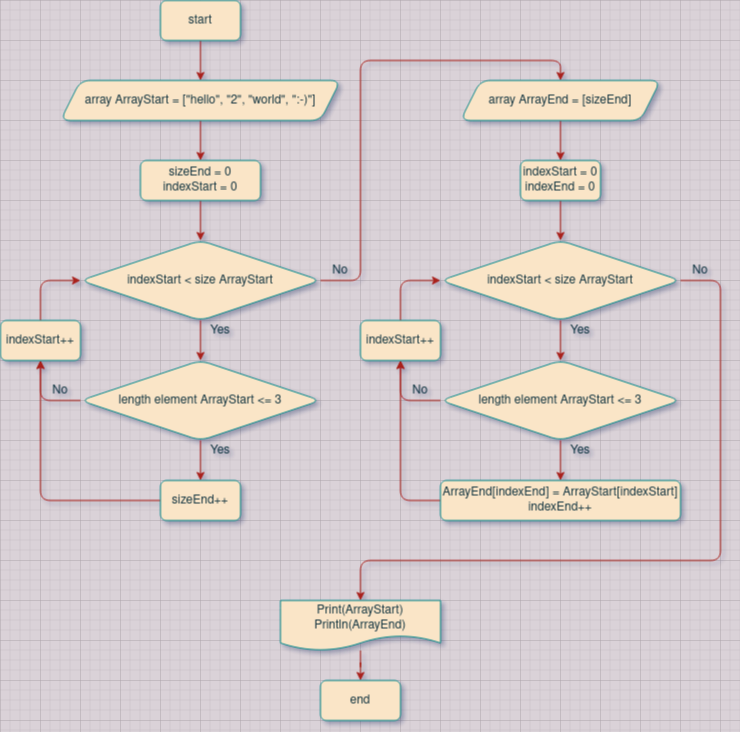
Before: task001_choiceel-t_less_3_symb/pic/test_find_el-t_string_array.drawio.png, a diagram exported from draw.io (r-oleg-official/test_result_choice_specialist). Source tidied: cells renumbered, new cells last; positions are measured from the earlier drawing's top-left corner, leaving out a move shared by most shapes.
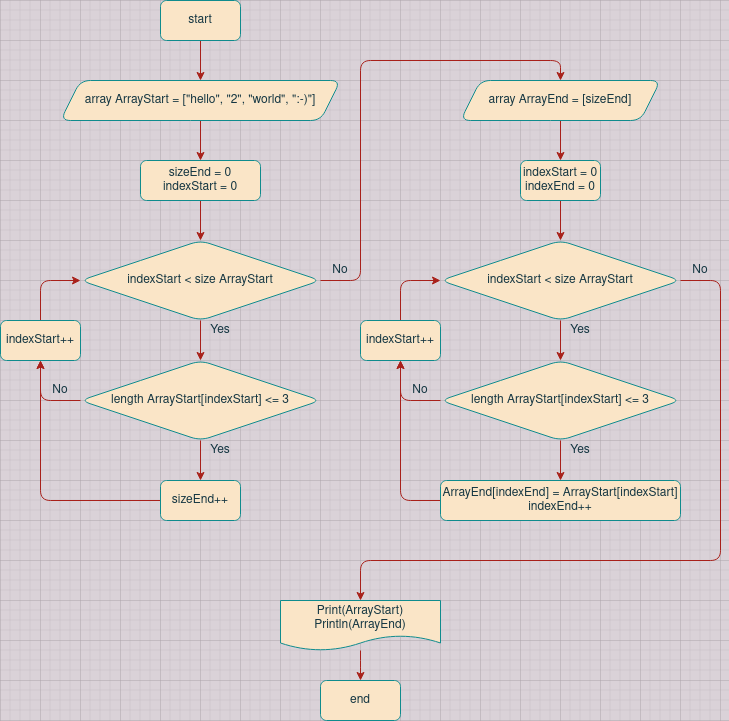
After the commit.

Commit message:
Edit "task001_choiceel-t_less_3_symb/pic/test_find_el-t_string_array.drawio.png".

What changed in the source:
```diff
@@ -48,7 +48,7 @@
         </Array>
       </mxGeometry>
     </mxCell>
-    <mxCell id="14" value="length element ArrayStart &amp;lt;= 3" style="rhombus;whiteSpace=wrap;html=1;rounded=1;fillColor=#FAE5C7;strokeColor=#0F8B8D;fontColor=#143642;" parent="1" vertex="1">
+    <mxCell id="14" value="length ArrayStart[indexStart] &amp;lt;= 3" style="rhombus;whiteSpace=wrap;html=1;rounded=1;fillColor=#FAE5C7;strokeColor=#0F8B8D;fontColor=#143642;" parent="1" vertex="1">
       <mxGeometry x="80" y="360" width="240" height="80" as="geometry" />
     </mxCell>
     <mxCell id="15" style="edgeStyle=orthogonalEdgeStyle;jettySize=auto;html=1;entryX=0.5;entryY=1;entryDx=0;entryDy=0;labelBackgroundColor=#DAD2D8;strokeColor=#A8201A;fontColor=#143642;" parent="1" edge="1" source="16" target="40">
@@ -106,7 +106,7 @@
         </Array>
       </mxGeometry>
     </mxCell>
-    <mxCell id="30" value="length element ArrayStart &amp;lt;= 3" style="rhombus;whiteSpace=wrap;html=1;rounded=1;fillColor=#FAE5C7;strokeColor=#0F8B8D;fontColor=#143642;" parent="1" vertex="1">
+    <mxCell id="30" value="length ArrayStart[indexStart] &amp;lt;= 3" style="rhombus;whiteSpace=wrap;html=1;rounded=1;fillColor=#FAE5C7;strokeColor=#0F8B8D;fontColor=#143642;" parent="1" vertex="1">
       <mxGeometry x="440" y="360" width="240" height="80" as="geometry" />
     </mxCell>
     <mxCell id="31" style="edgeStyle=orthogonalEdgeStyle;rounded=1;jettySize=auto;html=1;entryX=0.5;entryY=1;entryDx=0;entryDy=0;labelBackgroundColor=#DAD2D8;strokeColor=#A8201A;fontColor=#143642;" parent="1" edge="1" source="32" target="42">
```
